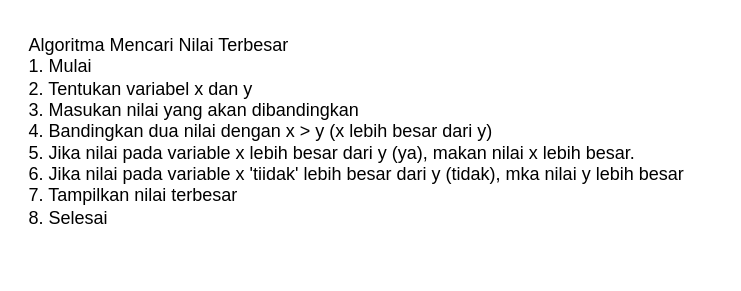
mfdrfauzi/fwg17-computer-science keeps this draw.io diagram as page "Nilai Terbesar" (1 of 2) of 4-StudyCase-Algoritma.drawio. Above is the earlier version. Source tidied: cells renumbered, new cells numbered last; positions are measured from the earlier drawing's top-left corner, leaving out a move shared by most shapes. Both pictures are drawn from the tidied source at 150%, with x=0, y=0 at pixel (26, 26).
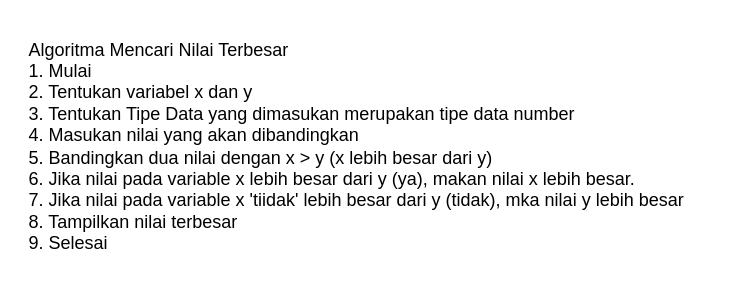
The same page after the edit.

Diff of the diagram source:
```diff
@@
 <mxGraphModel>
   <root>
     <mxCell id="0" />
     <mxCell id="1" parent="0" />
-    <mxCell id="2" value="Algoritma Mencari Nilai Terbesar&lt;br&gt;1. Mulai&lt;br&gt;2. Tentukan variabel x dan y&lt;br&gt;3. Masukan nilai yang akan dibandingkan&lt;br&gt;4. Bandingkan dua nilai dengan x &amp;gt; y (x lebih besar dari y)&lt;br&gt;5. Jika nilai pada variable x lebih besar dari y (ya), makan nilai x lebih besar.&lt;br&gt;6. Jika nilai pada variable x 'tiidak' lebih besar dari y (tidak), mka nilai y lebih besar&lt;br&gt;7. Tampilkan nilai terbesar&lt;br&gt;8. Selesai" style="text;html=1;align=left;verticalAlign=middle;strokeColor=none;fillColor=none;" parent="1" vertex="1">
-      <mxGeometry width="460" height="140" as="geometry" />
+    <mxCell id="2" value="Algoritma Mencari Nilai Terbesar&lt;br&gt;1. Mulai&lt;br&gt;2. Tentukan variabel x dan y&lt;br&gt;3. Tentukan Tipe Data yang dimasukan merupakan tipe data number&lt;br&gt;4. Masukan nilai yang akan dibandingkan&lt;br&gt;5. Bandingkan dua nilai dengan x &amp;gt; y (x lebih besar dari y)&lt;br&gt;6. Jika nilai pada variable x lebih besar dari y (ya), makan nilai x lebih besar.&lt;br&gt;7. Jika nilai pada variable x 'tiidak' lebih besar dari y (tidak), mka nilai y lebih besar&lt;br&gt;8. Tampilkan nilai terbesar&lt;br&gt;9. Selesai" style="text;html=1;align=left;verticalAlign=middle;strokeColor=none;fillColor=none;" parent="1" vertex="1">
+      <mxGeometry width="460" height="160" as="geometry" />
     </mxCell>
   </root>
 </mxGraphModel>
```
